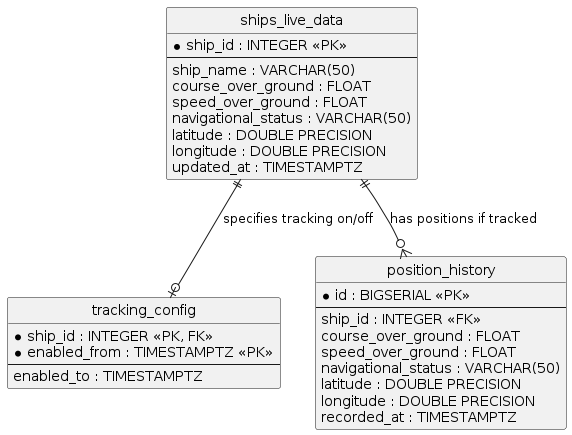
Earlier version of the PlantUML export docs/assets/ais_data_model.png (thjunge11/aisstream-ship-tracker).
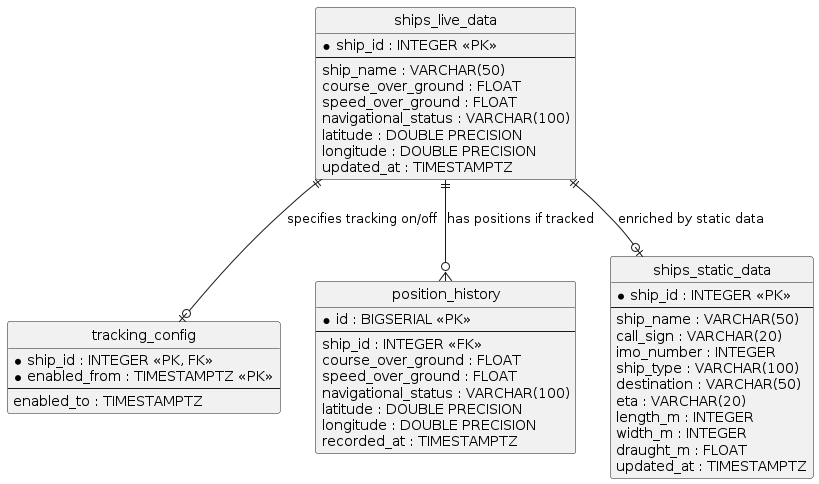
The same file after the commit.

Commit message:
data model update

Change to the diagram source:
```diff
@@ -7,7 +7,7 @@
     ship_name : VARCHAR(50)
     course_over_ground : FLOAT
     speed_over_ground : FLOAT
-    navigational_status : VARCHAR(50)
+    navigational_status : VARCHAR(100)
     latitude : DOUBLE PRECISION
     longitude : DOUBLE PRECISION
     updated_at : TIMESTAMPTZ
@@ -26,12 +26,28 @@
     ship_id : INTEGER <<FK>>
     course_over_ground : FLOAT
     speed_over_ground : FLOAT
-    navigational_status : VARCHAR(50)
+    navigational_status : VARCHAR(100)
     latitude : DOUBLE PRECISION
     longitude : DOUBLE PRECISION
     recorded_at : TIMESTAMPTZ
 }
 
+entity "ships_static_data" as static {
+    * ship_id : INTEGER <<PK>>
+    --
+    ship_name : VARCHAR(50)
+    call_sign : VARCHAR(20)
+    imo_number : INTEGER
+    ship_type : VARCHAR(100)
+    destination : VARCHAR(50)
+    eta : VARCHAR(20)
+    length_m : INTEGER
+    width_m : INTEGER
+    draught_m : FLOAT
+    updated_at : TIMESTAMPTZ
+}
+
 ships ||--o| config : "specifies tracking on/off"
 ships ||--o{ history : "has positions if tracked"
+ships ||--o| static : "enriched by static data"
 @enduml
```
